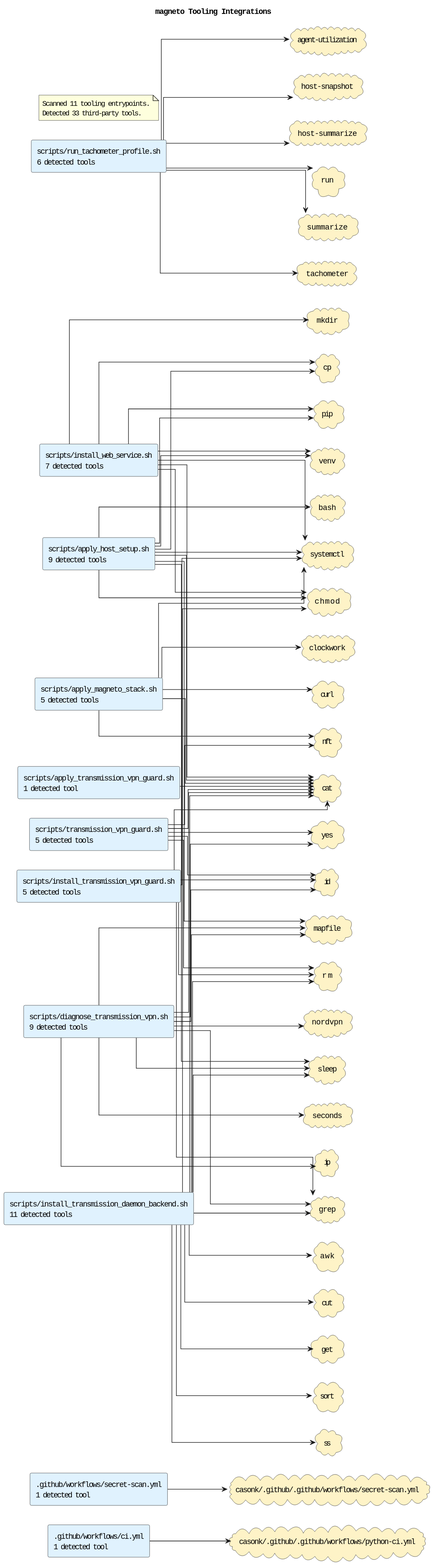
Before: docs/diagrams/tooling-integrations.puml.svg, a diagram exported from PlantUML (casonk/magneto).
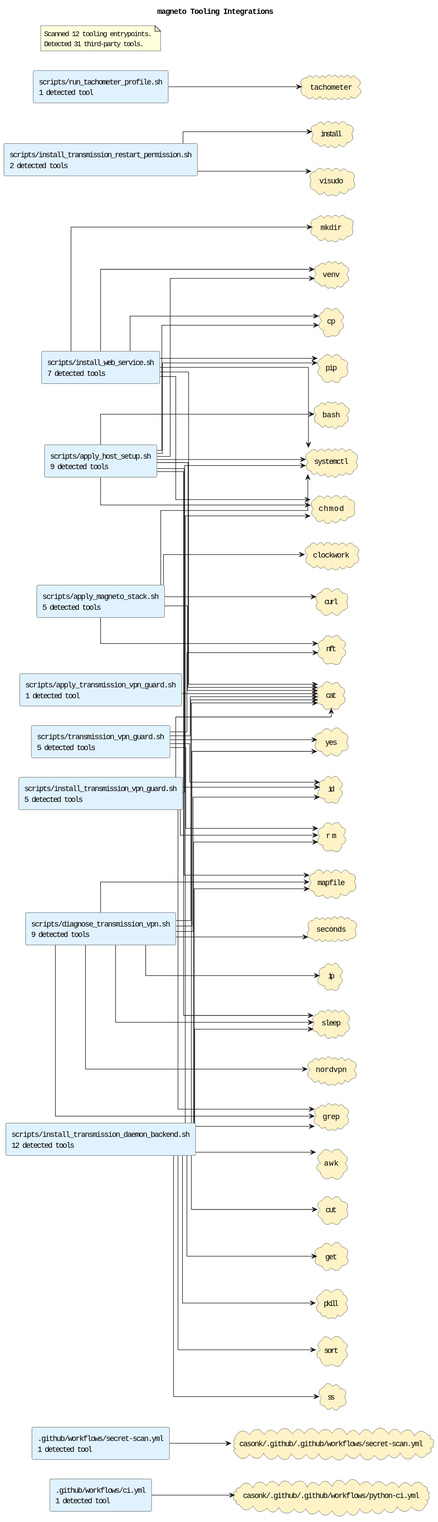
The same diagram one commit later.

Change to the diagram source:
```diff
@@ -11,12 +11,12 @@
 rectangle "scripts/apply_magneto_stack.sh\n5 detected tools" as source_scripts_apply_magneto_stack_sh #E0F2FE
 rectangle "scripts/apply_transmission_vpn_guard.sh\n1 detected tool" as source_scripts_apply_transmission_vpn_guard_sh #E0F2FE
 rectangle "scripts/diagnose_transmission_vpn.sh\n9 detected tools" as source_scripts_diagnose_transmission_vpn_sh #E0F2FE
-rectangle "scripts/install_transmission_daemon_backend.sh\n11 detected tools" as source_scripts_install_transmission_daemon_backend_sh #E0F2FE
+rectangle "scripts/install_transmission_daemon_backend.sh\n12 detected tools" as source_scripts_install_transmission_daemon_backend_sh #E0F2FE
+rectangle "scripts/install_transmission_restart_permission.sh\n2 detected tools" as source_scripts_install_transmission_restart_permission_sh #E0F2FE
 rectangle "scripts/install_transmission_vpn_guard.sh\n5 detected tools" as source_scripts_install_transmission_vpn_guard_sh #E0F2FE
 rectangle "scripts/install_web_service.sh\n7 detected tools" as source_scripts_install_web_service_sh #E0F2FE
-rectangle "scripts/run_tachometer_profile.sh\n6 detected tools" as source_scripts_run_tachometer_profile_sh #E0F2FE
+rectangle "scripts/run_tachometer_profile.sh\n1 detected tool" as source_scripts_run_tachometer_profile_sh #E0F2FE
 rectangle "scripts/transmission_vpn_guard.sh\n5 detected tools" as source_scripts_transmission_vpn_guard_sh #E0F2FE
-cloud "agent-utilization" as tool_agent_utilization #FEF3C7
 cloud "awk" as tool_awk #FEF3C7
 cloud "bash" as tool_bash #FEF3C7
 cloud "casonk/.github/.github/workflows/python-ci.yml" as tool_casonk_github_github_workflows_python_ci_yml #FEF3C7
@@ -29,25 +29,24 @@
 cloud "cut" as tool_cut #FEF3C7
 cloud "get" as tool_get #FEF3C7
 cloud "grep" as tool_grep #FEF3C7
-cloud "host-snapshot" as tool_host_snapshot #FEF3C7
-cloud "host-summarize" as tool_host_summarize #FEF3C7
 cloud "id" as tool_id #FEF3C7
+cloud "install" as tool_install #FEF3C7
 cloud "ip" as tool_ip #FEF3C7
 cloud "mapfile" as tool_mapfile #FEF3C7
 cloud "mkdir" as tool_mkdir #FEF3C7
 cloud "nft" as tool_nft #FEF3C7
 cloud "nordvpn" as tool_nordvpn #FEF3C7
 cloud "pip" as tool_pip #FEF3C7
+cloud "pkill" as tool_pkill #FEF3C7
 cloud "rm" as tool_rm #FEF3C7
-cloud "run" as tool_run #FEF3C7
 cloud "seconds" as tool_seconds #FEF3C7
 cloud "sleep" as tool_sleep #FEF3C7
 cloud "sort" as tool_sort #FEF3C7
 cloud "ss" as tool_ss #FEF3C7
-cloud "summarize" as tool_summarize #FEF3C7
 cloud "systemctl" as tool_systemctl #FEF3C7
 cloud "tachometer" as tool_tachometer #FEF3C7
 cloud "venv" as tool_venv #FEF3C7
+cloud "visudo" as tool_visudo #FEF3C7
 cloud "yes" as tool_yes #FEF3C7
 source_github_workflows_ci_yml --> tool_casonk_github_github_workflows_python_ci_yml
 source_github_workflows_secret_scan_yml --> tool_casonk_github_github_workflows_secret_scan_yml
@@ -82,10 +81,13 @@
 source_scripts_install_transmission_daemon_backend_sh --> tool_get
 source_scripts_install_transmission_daemon_backend_sh --> tool_grep
 source_scripts_install_transmission_daemon_backend_sh --> tool_mapfile
+source_scripts_install_transmission_daemon_backend_sh --> tool_pkill
 source_scripts_install_transmission_daemon_backend_sh --> tool_rm
 source_scripts_install_transmission_daemon_backend_sh --> tool_sleep
 source_scripts_install_transmission_daemon_backend_sh --> tool_sort
 source_scripts_install_transmission_daemon_backend_sh --> tool_ss
+source_scripts_install_transmission_restart_permission_sh --> tool_install
+source_scripts_install_transmission_restart_permission_sh --> tool_visudo
 source_scripts_install_transmission_vpn_guard_sh --> tool_cat
 source_scripts_install_transmission_vpn_guard_sh --> tool_grep
 source_scripts_install_transmission_vpn_guard_sh --> tool_id
@@ -98,11 +100,6 @@
 source_scripts_install_web_service_sh --> tool_pip
 source_scripts_install_web_service_sh --> tool_systemctl
 source_scripts_install_web_service_sh --> tool_venv
-source_scripts_run_tachometer_profile_sh --> tool_agent_utilization
-source_scripts_run_tachometer_profile_sh --> tool_host_snapshot
-source_scripts_run_tachometer_profile_sh --> tool_host_summarize
-source_scripts_run_tachometer_profile_sh --> tool_run
-source_scripts_run_tachometer_profile_sh --> tool_summarize
 source_scripts_run_tachometer_profile_sh --> tool_tachometer
 source_scripts_transmission_vpn_guard_sh --> tool_cat
 source_scripts_transmission_vpn_guard_sh --> tool_id
@@ -110,7 +107,7 @@
 source_scripts_transmission_vpn_guard_sh --> tool_rm
 source_scripts_transmission_vpn_guard_sh --> tool_yes
 note as toolingGraphSummary
-Scanned 11 tooling entrypoints.
-Detected 33 third-party tools.
+Scanned 12 tooling entrypoints.
+Detected 31 third-party tools.
 end note
 @enduml
```
